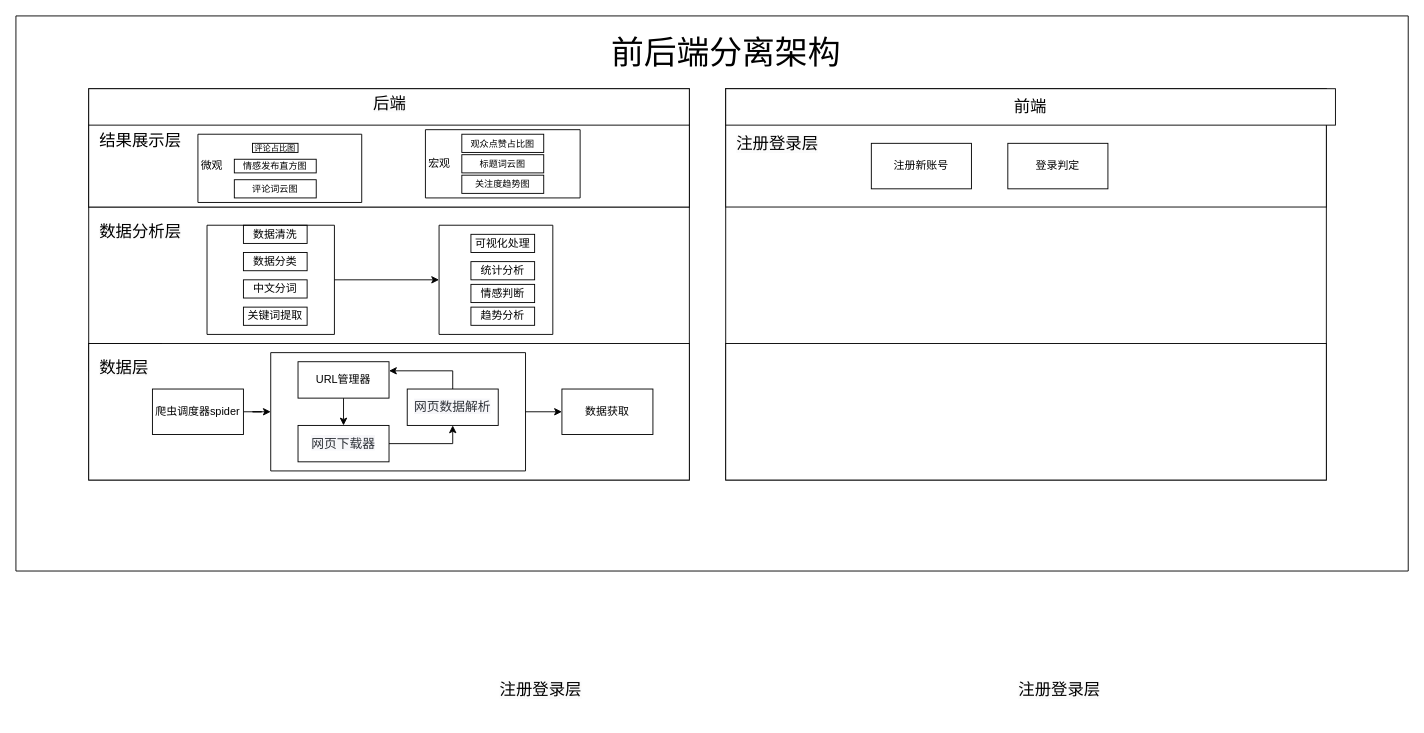
The draw.io diagram PIL图片处理/未命名绘图.drawio in SWE20040/python-, before the edit. Source tidied: cells renumbered, new cells numbered last; positions are measured from the earlier drawing's top-left corner, leaving out a move shared by most shapes. Both pictures are drawn from the tidied source at 91%, with x=0, y=0 at pixel (15, 15).
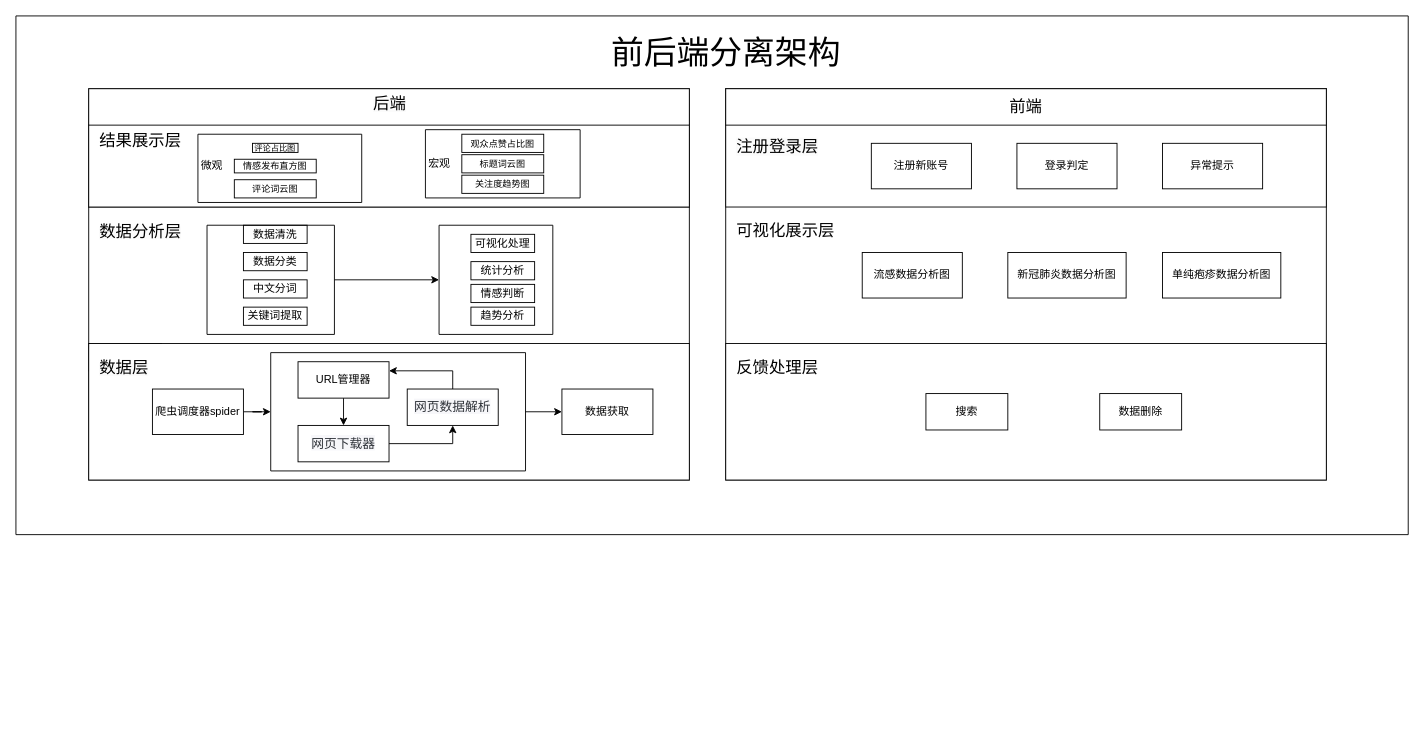
After the change.

Commit message:
更新未命名绘图23.drawio

The edit, as a diff of the source:
```diff
@@
     <mxCell id="9" style="swimlane;startSize=0;" parent="1" vertex="1">
-      <mxGeometry width="1530" height="610" as="geometry" />
+      <mxGeometry width="1530" height="570" as="geometry" />
     </mxCell>
@@
     <mxCell id="41" value="登录判定" style="rounded=0;whiteSpace=wrap;html=1;" parent="9" vertex="1">
-      <mxGeometry x="1090" y="140" width="110" height="50" as="geometry" />
+      <mxGeometry x="1100" y="140" width="110" height="50" as="geometry" />
     </mxCell>
+    <mxCell id="54" value="数据删除" style="rounded=0;whiteSpace=wrap;html=1;" parent="9" vertex="1">
+      <mxGeometry x="1191" y="415" width="90" height="40" as="geometry" />
+    </mxCell>
+    <mxCell id="55" value="新冠肺炎数据分析图" style="rounded=0;whiteSpace=wrap;html=1;" parent="9" vertex="1">
+      <mxGeometry x="1090" y="260" width="130" height="50" as="geometry" />
+    </mxCell>
+    <mxCell id="56" value="&lt;br style=&quot;text-align: center;&quot;&gt;&lt;span style=&quot;text-align: center; font-size: 18px;&quot;&gt;可视化展示层&lt;/span&gt;" style="text;whiteSpace=wrap;html=1;" parent="9" vertex="1">
+      <mxGeometry x="790" y="205" width="120" height="60" as="geometry" />
+    </mxCell>
+    <mxCell id="50" value="&lt;br style=&quot;forced-color-adjust: none; color: rgb(0, 0, 0); font-family: Helvetica; font-size: 12px; font-style: normal; font-variant-ligatures: normal; font-variant-caps: normal; font-weight: 400; letter-spacing: normal; orphans: 2; text-align: center; text-indent: 0px; text-transform: none; widows: 2; word-spacing: 0px; -webkit-text-stroke-width: 0px; white-space: normal; background-color: rgb(251, 251, 251); text-decoration-thickness: initial; text-decoration-style: initial; text-decoration-color: initial;&quot;&gt;&lt;span style=&quot;forced-color-adjust: none; color: rgb(0, 0, 0); font-family: Helvetica; font-style: normal; font-variant-ligatures: normal; font-variant-caps: normal; font-weight: 400; letter-spacing: normal; orphans: 2; text-align: center; text-indent: 0px; text-transform: none; widows: 2; word-spacing: 0px; -webkit-text-stroke-width: 0px; white-space: normal; text-decoration-thickness: initial; text-decoration-style: initial; text-decoration-color: initial; font-size: 18px; background-color: rgb(251, 251, 251); float: none; display: inline !important;&quot;&gt;注册登录层&lt;/span&gt;" style="text;whiteSpace=wrap;html=1;" parent="9" vertex="1">
+      <mxGeometry x="790" y="112.5" width="120" height="60" as="geometry" />
+    </mxCell>
@@
     <mxCell id="49" value="&lt;font style=&quot;font-size: 18px;&quot;&gt;前端&lt;/font&gt;" style="rounded=0;whiteSpace=wrap;html=1;" parent="1" vertex="1">
-      <mxGeometry x="780" y="80" width="670" height="40" as="geometry" />
+      <mxGeometry x="780" y="80" width="660" height="40" as="geometry" />
     </mxCell>
-    <mxCell id="50" value="&lt;br style=&quot;forced-color-adjust: none; color: rgb(0, 0, 0); font-family: Helvetica; font-size: 12px; font-style: normal; font-variant-ligatures: normal; font-variant-caps: normal; font-weight: 400; letter-spacing: normal; orphans: 2; text-align: center; text-indent: 0px; text-transform: none; widows: 2; word-spacing: 0px; -webkit-text-stroke-width: 0px; white-space: normal; background-color: rgb(251, 251, 251); text-decoration-thickness: initial; text-decoration-style: initial; text-decoration-color: initial;&quot;&gt;&lt;span style=&quot;forced-color-adjust: none; color: rgb(0, 0, 0); font-family: Helvetica; font-style: normal; font-variant-ligatures: normal; font-variant-caps: normal; font-weight: 400; letter-spacing: normal; orphans: 2; text-align: center; text-indent: 0px; text-transform: none; widows: 2; word-spacing: 0px; -webkit-text-stroke-width: 0px; white-space: normal; text-decoration-thickness: initial; text-decoration-style: initial; text-decoration-color: initial; font-size: 18px; background-color: rgb(251, 251, 251); float: none; display: inline !important;&quot;&gt;注册登录层&lt;/span&gt;" style="text;whiteSpace=wrap;html=1;" parent="1" vertex="1">
-      <mxGeometry x="790" y="110" width="120" height="60" as="geometry" />
-    </mxCell>
-    <mxCell id="51" value="&lt;br style=&quot;forced-color-adjust: none; color: rgb(0, 0, 0); font-family: Helvetica; font-size: 12px; font-style: normal; font-variant-ligatures: normal; font-variant-caps: normal; font-weight: 400; letter-spacing: normal; orphans: 2; text-align: center; text-indent: 0px; text-transform: none; widows: 2; word-spacing: 0px; -webkit-text-stroke-width: 0px; white-space: normal; background-color: rgb(251, 251, 251); text-decoration-thickness: initial; text-decoration-style: initial; text-decoration-color: initial;&quot;&gt;&lt;span style=&quot;forced-color-adjust: none; color: rgb(0, 0, 0); font-family: Helvetica; font-style: normal; font-variant-ligatures: normal; font-variant-caps: normal; font-weight: 400; letter-spacing: normal; orphans: 2; text-align: center; text-indent: 0px; text-transform: none; widows: 2; word-spacing: 0px; -webkit-text-stroke-width: 0px; white-space: normal; text-decoration-thickness: initial; text-decoration-style: initial; text-decoration-color: initial; font-size: 18px; background-color: rgb(251, 251, 251); float: none; display: inline !important;&quot;&gt;注册登录层&lt;/span&gt;" style="text;whiteSpace=wrap;html=1;" parent="1" vertex="1">
-      <mxGeometry x="530" y="710" width="120" height="60" as="geometry" />
-    </mxCell>
-    <mxCell id="52" value="&lt;br style=&quot;forced-color-adjust: none; color: rgb(0, 0, 0); font-family: Helvetica; font-size: 12px; font-style: normal; font-variant-ligatures: normal; font-variant-caps: normal; font-weight: 400; letter-spacing: normal; orphans: 2; text-align: center; text-indent: 0px; text-transform: none; widows: 2; word-spacing: 0px; -webkit-text-stroke-width: 0px; white-space: normal; background-color: rgb(251, 251, 251); text-decoration-thickness: initial; text-decoration-style: initial; text-decoration-color: initial;&quot;&gt;&lt;span style=&quot;forced-color-adjust: none; color: rgb(0, 0, 0); font-family: Helvetica; font-style: normal; font-variant-ligatures: normal; font-variant-caps: normal; font-weight: 400; letter-spacing: normal; orphans: 2; text-align: center; text-indent: 0px; text-transform: none; widows: 2; word-spacing: 0px; -webkit-text-stroke-width: 0px; white-space: normal; text-decoration-thickness: initial; text-decoration-style: initial; text-decoration-color: initial; font-size: 18px; background-color: rgb(251, 251, 251); float: none; display: inline !important;&quot;&gt;注册登录层&lt;/span&gt;" style="text;whiteSpace=wrap;html=1;" parent="1" vertex="1">
-      <mxGeometry x="1100" y="710" width="120" height="60" as="geometry" />
-    </mxCell>
@@
+    <mxCell id="57" value="异常提示" style="rounded=0;whiteSpace=wrap;html=1;" parent="1" vertex="1">
+      <mxGeometry x="1260" y="140" width="110" height="50" as="geometry" />
+    </mxCell>
+    <mxCell id="58" value="&lt;font style=&quot;font-size: 18px;&quot;&gt;反馈处理层&lt;/font&gt;" style="text;whiteSpace=wrap;html=1;" parent="1" vertex="1">
+      <mxGeometry x="790" y="370" width="120" height="60" as="geometry" />
+    </mxCell>
+    <mxCell id="59" value="流感数据分析图" style="rounded=0;whiteSpace=wrap;html=1;" parent="1" vertex="1">
+      <mxGeometry x="930" y="260" width="110" height="50" as="geometry" />
+    </mxCell>
+    <mxCell id="60" value="单纯疱疹数据分析图" style="rounded=0;whiteSpace=wrap;html=1;" parent="1" vertex="1">
+      <mxGeometry x="1260" y="260" width="130" height="50" as="geometry" />
+    </mxCell>
+    <mxCell id="61" value="搜索" style="rounded=0;whiteSpace=wrap;html=1;" parent="1" vertex="1">
+      <mxGeometry x="1000" y="415" width="90" height="40" as="geometry" />
+    </mxCell>
+    <mxCell id="62" style="edgeStyle=orthogonalEdgeStyle;rounded=0;orthogonalLoop=1;jettySize=auto;html=1;exitX=0.5;exitY=1;exitDx=0;exitDy=0;" parent="1" edge="1" source="9" target="9">
+      <mxGeometry relative="1" as="geometry" />
+    </mxCell>
```
